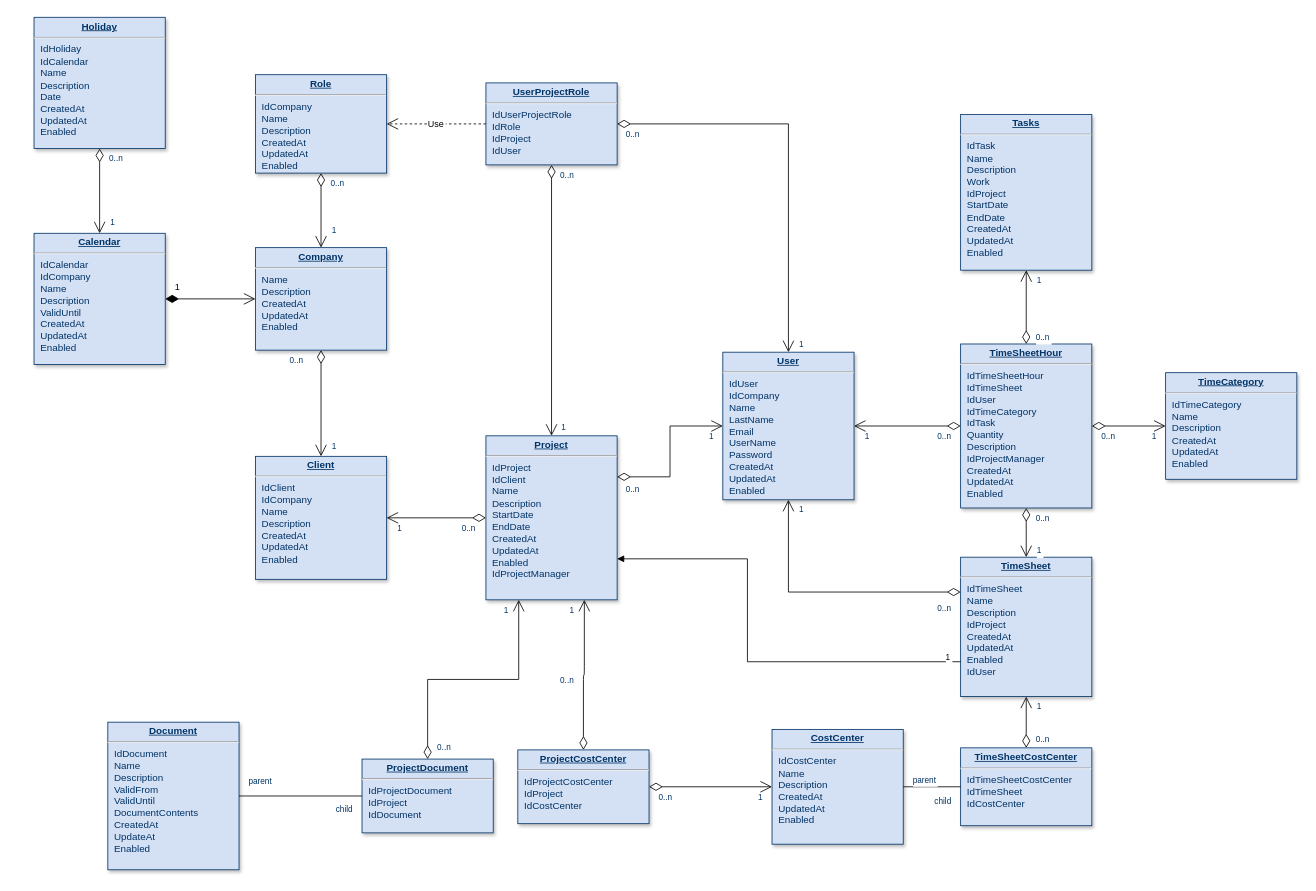
Before: Untitled Diagram.drawio in Victor-M16/Smart-Pharmacist, a draw.io diagram. Source tidied: cells renumbered, new cells numbered last; positions are measured from the earlier drawing's top-left corner, leaving out a move shared by most shapes. Both pictures are drawn from the tidied source at 82%, with x=0, y=0 at pixel (34, 17).
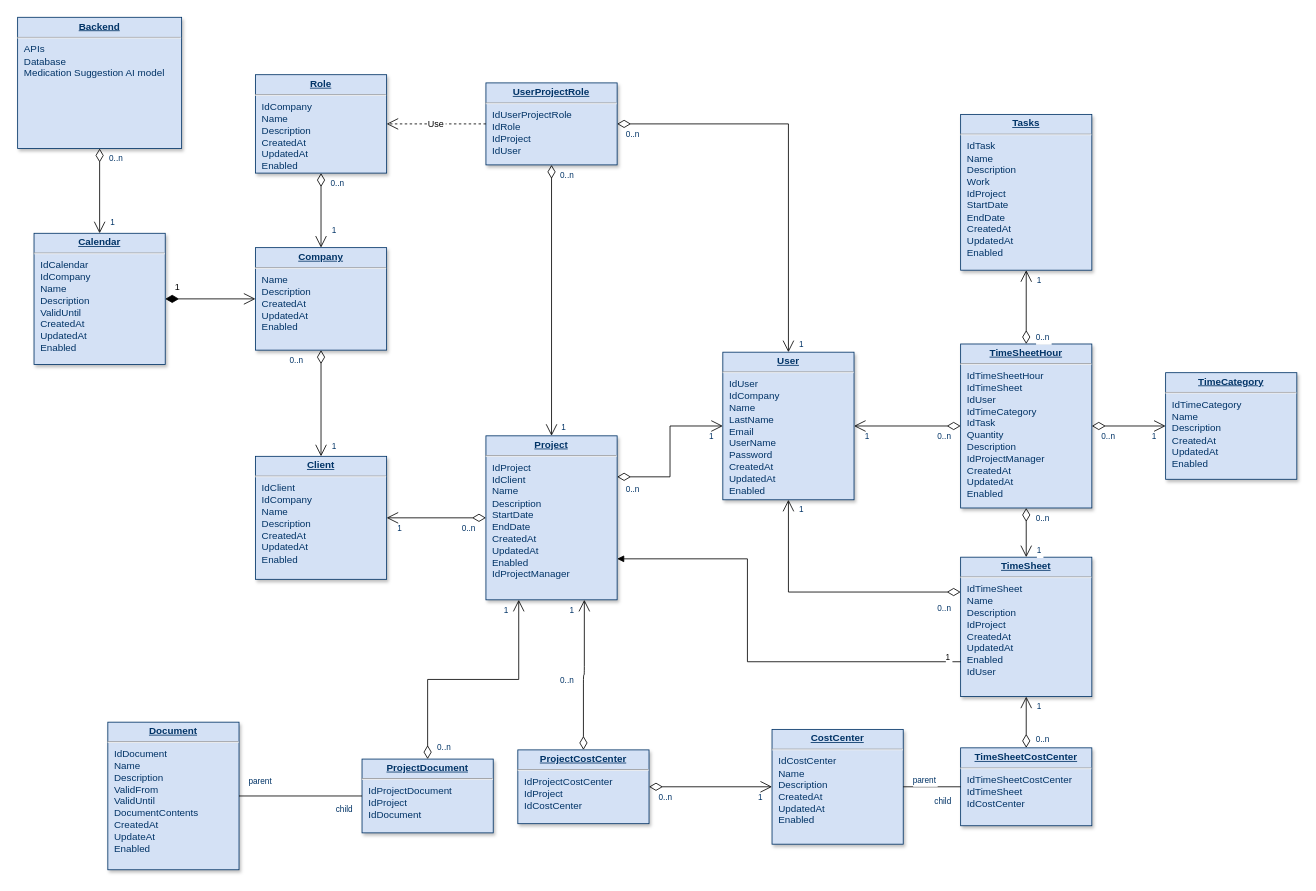
Above is the later version.

Diff of the diagram source:
```diff
@@
-    <mxCell id="8" value="&lt;p style=&quot;margin: 0px; margin-top: 4px; text-align: center; text-decoration: underline;&quot;&gt;&lt;strong&gt;Holiday&lt;/strong&gt;&lt;/p&gt;&lt;hr /&gt;&lt;p style=&quot;margin: 0px; margin-left: 8px;&quot;&gt;IdHoliday&lt;/p&gt;&lt;p style=&quot;margin: 0px; margin-left: 8px;&quot;&gt;IdCalendar&lt;/p&gt;&lt;p style=&quot;margin: 0px; margin-left: 8px;&quot;&gt;Name&lt;/p&gt;&lt;p style=&quot;margin: 0px; margin-left: 8px;&quot;&gt;Description&lt;/p&gt;&lt;p style=&quot;margin: 0px; margin-left: 8px;&quot;&gt;Date&lt;/p&gt;&lt;p style=&quot;margin: 0px; margin-left: 8px;&quot;&gt;CreatedAt&lt;/p&gt;&lt;p style=&quot;margin: 0px; margin-left: 8px;&quot;&gt;UpdatedAt&lt;/p&gt;&lt;p style=&quot;margin: 0px; margin-left: 8px;&quot;&gt;Enabled&lt;/p&gt;" style="verticalAlign=top;align=left;overflow=fill;fontSize=12;fontFamily=Helvetica;html=1;strokeColor=#003366;shadow=1;fillColor=#D4E1F5;fontColor=#003366;" parent="1" vertex="1">
-      <mxGeometry y="-0.4" width="160" height="160" as="geometry" />
+    <mxCell id="8" value="&lt;p style=&quot;margin: 0px; margin-top: 4px; text-align: center; text-decoration: underline;&quot;&gt;&lt;b&gt;Backend&lt;/b&gt;&lt;/p&gt;&lt;hr&gt;&lt;p style=&quot;margin: 0px; margin-left: 8px;&quot;&gt;APIs&lt;/p&gt;&lt;p style=&quot;margin: 0px; margin-left: 8px;&quot;&gt;Database&lt;/p&gt;&lt;p style=&quot;margin: 0px; margin-left: 8px;&quot;&gt;Medication Suggestion AI model&lt;/p&gt;&lt;p style=&quot;margin: 0px; margin-left: 8px;&quot;&gt;&lt;br&gt;&lt;/p&gt;" style="verticalAlign=top;align=left;overflow=fill;fontSize=12;fontFamily=Helvetica;html=1;strokeColor=#003366;shadow=1;fillColor=#D4E1F5;fontColor=#003366;" parent="1" vertex="1">
+      <mxGeometry x="-20" y="-0.4" width="200" height="160" as="geometry" />
     </mxCell>
```
